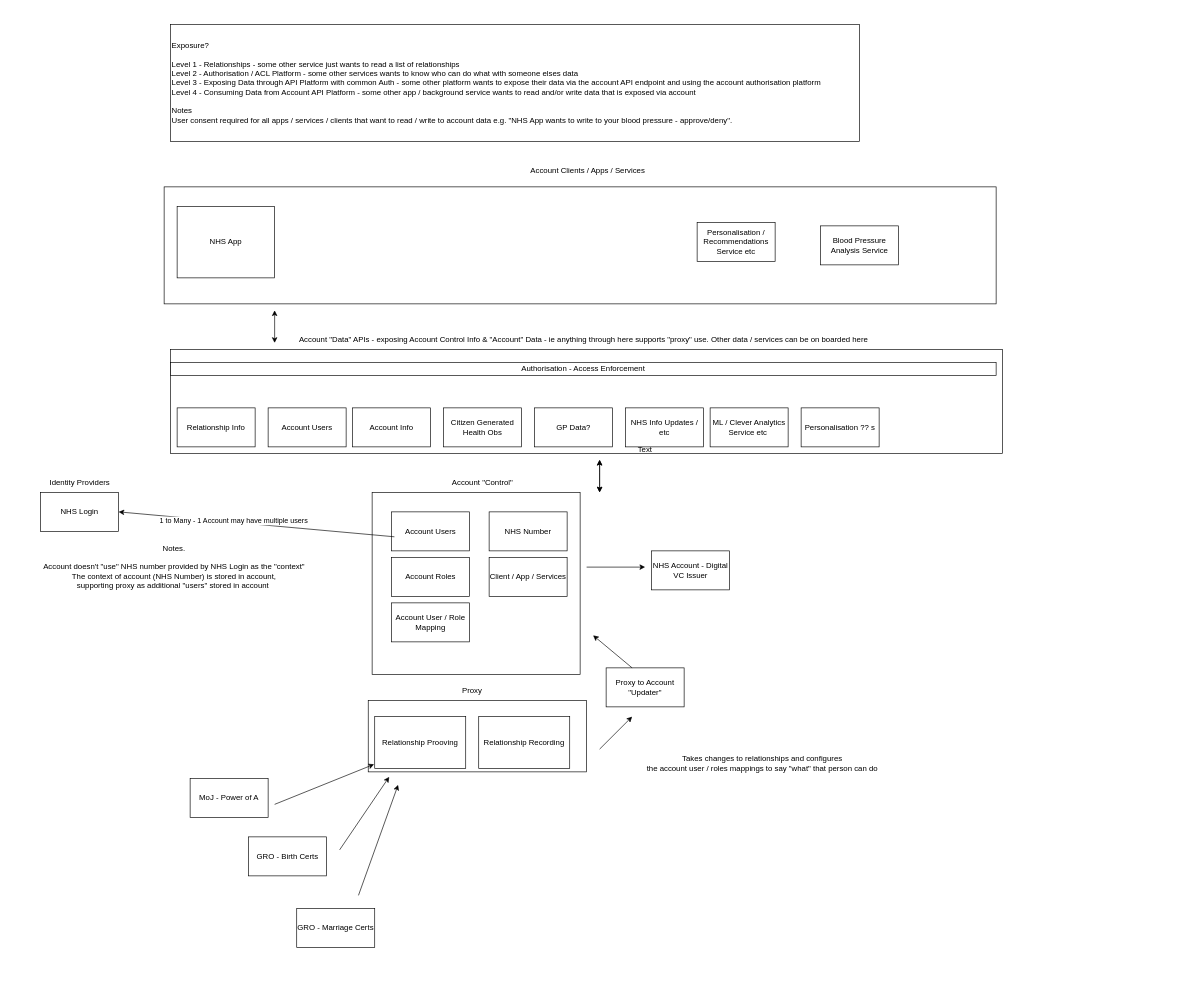
Earlier version of the draw.io diagram docs/nhs-account-v2/Proxy and Account.drawio (nhsexperience/nhs-experience). Source tidied: cells renumbered, new cells numbered last; positions are measured from the earlier drawing's top-left corner, leaving out a move shared by most shapes. Both pictures are drawn from the tidied source at 65%, with x=0, y=0 at pixel (34, 24).
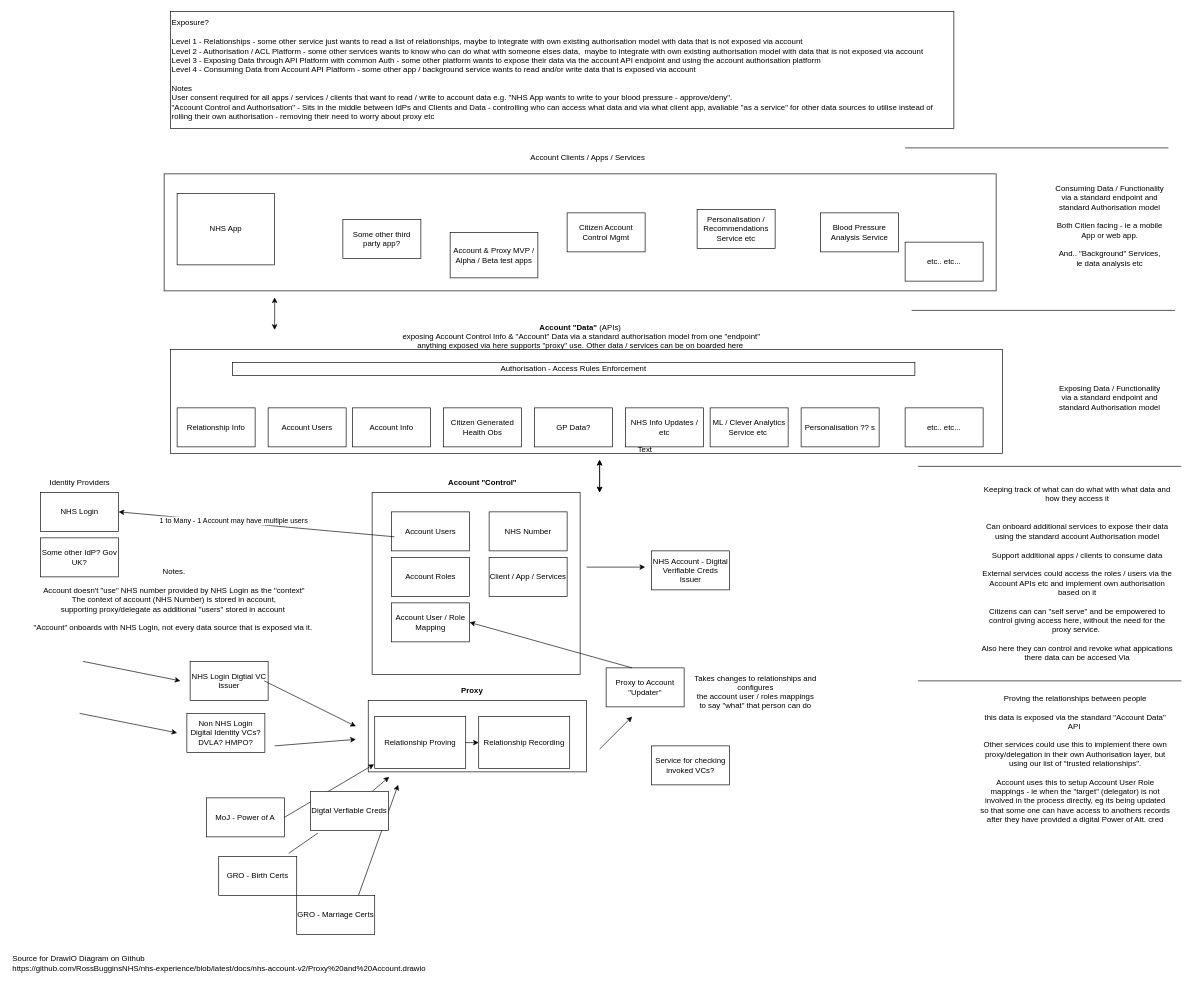
After the change.

Unchanged cells that the change refers to:
```xml
<mxCell id="5" style="rounded=0;whiteSpace=wrap;html=1;" parent="1" vertex="1">
  <mxGeometry x="514" y="1040" width="336" height="110" as="geometry" />
</mxCell>
<mxCell id="8" value="Relationship Recording" style="rounded=0;whiteSpace=wrap;html=1;" parent="1" vertex="1">
  <mxGeometry x="684" y="1065" width="140" height="80" as="geometry" />
</mxCell>
<mxCell id="11" value="Account User / Role Mapping" style="rounded=0;whiteSpace=wrap;html=1;" parent="1" vertex="1">
  <mxGeometry x="550" y="890" width="120" height="60" as="geometry" />
</mxCell>
```

What changed in the source:
```diff
@@
     <mxCell id="2" style="rounded=0;whiteSpace=wrap;html=1;" parent="1" vertex="1">
-      <mxGeometry x="200" y="250" width="1280" height="180" as="geometry" />
+      <mxGeometry x="200" y="230" width="1280" height="180" as="geometry" />
     </mxCell>
@@
-    <mxCell id="4" value="Account &quot;Data&quot; APIs - exposing Account Control Info &amp;amp; &quot;Account&quot; Data - ie anything through here supports &quot;proxy&quot; use. Other data / services can be on boarded here" style="text;html=1;align=center;verticalAlign=middle;strokeColor=none;fillColor=none;" parent="1" vertex="1">
-      <mxGeometry x="395" y="470" width="900" height="30" as="geometry" />
+    <mxCell id="4" value="&lt;b&gt;Account &quot;Data&quot;&amp;nbsp;&lt;/b&gt;(APIs)&lt;br&gt;&amp;nbsp;exposing Account Control Info &amp;amp; &quot;Account&quot; Data via a standard authorisation model from one &quot;endpoint&quot; &lt;br&gt;anything exposed via here supports &quot;proxy&quot; use. Other data / services can be on boarded here" style="text;html=1;align=center;verticalAlign=middle;strokeColor=none;fillColor=none;" parent="1" vertex="1">
+      <mxGeometry x="550" y="450" width="580" height="60" as="geometry" />
     </mxCell>
@@
-    <mxCell id="7" value="Relationship Prooving" style="rounded=0;whiteSpace=wrap;html=1;" parent="1" vertex="1">
+    <mxCell id="7" value="Relationship Proving" style="rounded=0;whiteSpace=wrap;html=1;" parent="1" vertex="1">
       <mxGeometry x="524" y="1065" width="140" height="80" as="geometry" />
     </mxCell>
@@
-    <mxCell id="14" value="Authorisation - Access Enforcement" style="rounded=0;whiteSpace=wrap;html=1;" parent="1" vertex="1">
-      <mxGeometry x="210" y="520" width="1270" height="20" as="geometry" />
+    <mxCell id="14" value="Authorisation - Access Rules Enforcement" style="rounded=0;whiteSpace=wrap;html=1;" parent="1" vertex="1">
+      <mxGeometry x="305" y="520" width="1050" height="20" as="geometry" />
     </mxCell>
@@
-    <mxCell id="21" value="Proxy" style="text;html=1;strokeColor=none;fillColor=none;align=center;verticalAlign=middle;whiteSpace=wrap;rounded=0;" parent="1" vertex="1">
+    <mxCell id="21" value="Proxy" style="text;html=1;strokeColor=none;fillColor=none;align=center;verticalAlign=middle;whiteSpace=wrap;rounded=0;fontStyle=1;" parent="1" vertex="1">
       <mxGeometry x="644" y="1010" width="60" height="30" as="geometry" />
     </mxCell>
-    <mxCell id="22" value="Account &quot;Control&quot;" style="text;html=1;strokeColor=none;fillColor=none;align=center;verticalAlign=middle;whiteSpace=wrap;rounded=0;" parent="1" vertex="1">
+    <mxCell id="22" value="Account &quot;Control&quot;" style="text;html=1;strokeColor=none;fillColor=none;align=center;verticalAlign=middle;whiteSpace=wrap;rounded=0;fontStyle=1;" parent="1" vertex="1">
       <mxGeometry x="620" y="690" width="140" height="30" as="geometry" />
     </mxCell>
-    <mxCell id="23" value="Exposure?&lt;br&gt;&lt;br&gt;Level 1 - Relationships - some other service just wants to read a list of relationships&lt;br&gt;Level 2 - Authorisation / ACL Platform - some other services wants to know who can do what with someone elses data&lt;br&gt;Level 3 - Exposing Data through API Platform with common Auth - some other platform wants to expose their data via the account API endpoint and using the account authorisation platform&lt;br&gt;Level 4 - Consuming Data from Account API Platform - some other app / background service wants to read and/or write data that is exposed via account&lt;br&gt;&lt;br&gt;Notes&lt;br&gt;User consent required for all apps / services / clients that want to read / write to account data e.g. &quot;NHS App wants to write to your blood pressure - approve/deny&quot;." style="rounded=0;whiteSpace=wrap;html=1;align=left;" parent="1" vertex="1">
-      <mxGeometry x="210" width="1060" height="180" as="geometry" />
+    <mxCell id="23" value="Exposure?&lt;br&gt;&lt;br&gt;Level 1 - Relationships - some other service just wants to read a list of relationships, maybe to integrate with own existing authorisation model with data that is not exposed via account&lt;br&gt;Level 2 - Authorisation / ACL Platform - some other services wants to know who can do what with someone elses data,&amp;nbsp;&amp;nbsp;maybe to integrate with own existing authorisation model with data that is not exposed via account&lt;br&gt;Level 3 - Exposing Data through API Platform with common Auth - some other platform wants to expose their data via the account API endpoint and using the account authorisation platform&lt;br&gt;Level 4 - Consuming Data from Account API Platform - some other app / background service wants to read and/or write data that is exposed via account&lt;br&gt;&lt;br&gt;Notes&lt;br&gt;User consent required for all apps / services / clients that want to read / write to account data e.g. &quot;NHS App wants to write to your blood pressure - approve/deny&quot;.&lt;br&gt;&quot;Account Control and Authorisation&quot; - Sits in the middle between IdPs and Clients and Data - controlling who can access what data and via what client app, avaliable &quot;as a service&quot; for other data sources to utilise instead of rolling their own authorisation - removing their need to worry about proxy etc" style="rounded=0;whiteSpace=wrap;html=1;align=left;" parent="1" vertex="1">
+      <mxGeometry x="210" y="-20" width="1205" height="180" as="geometry" />
     </mxCell>
@@
     <mxCell id="25" value="NHS App" style="rounded=0;whiteSpace=wrap;html=1;" parent="1" vertex="1">
-      <mxGeometry x="220" y="280" width="150" height="110" as="geometry" />
+      <mxGeometry x="220" y="260" width="150" height="110" as="geometry" />
     </mxCell>
     <mxCell id="26" value="Account Clients / Apps / Services" style="text;html=1;strokeColor=none;fillColor=none;align=center;verticalAlign=middle;whiteSpace=wrap;rounded=0;" parent="1" vertex="1">
-      <mxGeometry x="742.5" y="210" width="217.5" height="30" as="geometry" />
+      <mxGeometry x="742.5" y="190" width="217.5" height="30" as="geometry" />
     </mxCell>
     <mxCell id="27" value="Blood Pressure Analysis Service" style="rounded=0;whiteSpace=wrap;html=1;" parent="1" vertex="1">
-      <mxGeometry x="1210" y="310" width="120" height="60" as="geometry" />
+      <mxGeometry x="1210" y="290" width="120" height="60" as="geometry" />
     </mxCell>
     <mxCell id="28" value="Personalisation / Recommendations Service etc" style="rounded=0;whiteSpace=wrap;html=1;" parent="1" vertex="1">
-      <mxGeometry x="1020" y="305" width="120" height="60" as="geometry" />
+      <mxGeometry x="1020" y="285" width="120" height="60" as="geometry" />
     </mxCell>
@@
-    <mxCell id="36" value="Notes.&lt;br&gt;&lt;br&gt;Account doesn't &quot;use&quot; NHS number provided by NHS Login as the &quot;context&quot;&lt;br&gt;The context of account (NHS Number) is stored in account, &lt;br&gt;supporting proxy as additional &quot;users&quot; stored in account&amp;nbsp;" style="text;html=1;align=center;verticalAlign=middle;strokeColor=none;fillColor=none;" parent="1" vertex="1">
-      <mxGeometry y="790" width="430" height="90" as="geometry" />
+    <mxCell id="36" value="Notes.&lt;br&gt;&lt;br&gt;Account doesn't &quot;use&quot; NHS number provided by NHS Login as the &quot;context&quot;&lt;br&gt;The context of account (NHS Number) is stored in account, &lt;br&gt;supporting proxy/delegate as additional &quot;users&quot; stored in account&amp;nbsp;&lt;br&gt;&lt;br&gt;&quot;Account&quot; onboards with NHS Login, not every data source that is exposed via it.&amp;nbsp;" style="text;html=1;align=center;verticalAlign=middle;strokeColor=none;fillColor=none;" parent="1" vertex="1">
+      <mxGeometry x="-15" y="830" width="460" height="110" as="geometry" />
     </mxCell>
-    <mxCell id="37" value="&lt;br&gt;Takes changes to relationships and configures &lt;br&gt;the account user / roles mappings to say &quot;what&quot; that person can do" style="text;html=1;align=center;verticalAlign=middle;strokeColor=none;fillColor=none;" parent="1" vertex="1">
-      <mxGeometry x="930" y="1100" width="380" height="60" as="geometry" />
-    </mxCell>
     <mxCell id="38" value="MoJ - Power of A" style="rounded=0;whiteSpace=wrap;html=1;" parent="1" vertex="1">
-      <mxGeometry x="240" y="1160" width="120" height="60" as="geometry" />
+      <mxGeometry x="265" y="1190" width="120" height="60" as="geometry" />
     </mxCell>
     <mxCell id="39" value="GRO - Birth Certs" style="whiteSpace=wrap;html=1;" parent="1" vertex="1">
-      <mxGeometry x="330" y="1250" width="120" height="60" as="geometry" />
+      <mxGeometry x="284" y="1280" width="120" height="60" as="geometry" />
     </mxCell>
     <mxCell id="40" value="GRO - Marriage Certs" style="whiteSpace=wrap;html=1;" parent="1" vertex="1">
-      <mxGeometry x="404" y="1360" width="120" height="60" as="geometry" />
+      <mxGeometry x="404" y="1340" width="120" height="60" as="geometry" />
     </mxCell>
-    <mxCell id="41" style="endArrow=classic;html=1;rounded=0;entryX=0.096;entryY=1.07;entryDx=0;entryDy=0;entryPerimeter=0;" parent="1" edge="1" target="5">
-      <mxGeometry relative="1" as="geometry">
-        <mxPoint x="470" y="1270" as="sourcePoint" />
-      </mxGeometry>
+    <mxCell id="41" style="endArrow=classic;html=1;rounded=0;entryX=0.096;entryY=1.07;entryDx=0;entryDy=0;entryPerimeter=0;startArrow=none;" parent="1" edge="1" source="65" target="5">
+      <mxGeometry relative="1" as="geometry" />
     </mxCell>
-    <mxCell id="42" style="endArrow=classic;html=1;rounded=0;entryX=-0.007;entryY=0.917;entryDx=0;entryDy=0;entryPerimeter=0;" parent="1" edge="1" target="7">
-      <mxGeometry relative="1" as="geometry">
-        <mxPoint x="370" y="1200" as="sourcePoint" />
-      </mxGeometry>
+    <mxCell id="42" style="endArrow=classic;html=1;rounded=0;entryX=-0.007;entryY=0.917;entryDx=0;entryDy=0;entryPerimeter=0;exitX=1;exitY=0.5;exitDx=0;exitDy=0;" parent="1" edge="1" source="38" target="7">
+      <mxGeometry relative="1" as="geometry" />
     </mxCell>
@@
-    <mxCell id="45" style="endArrow=classic;html=1;rounded=0;" parent="1" edge="1">
+    <mxCell id="45" style="endArrow=classic;html=1;rounded=0;entryX=1;entryY=0.5;entryDx=0;entryDy=0;" parent="1" edge="1" target="11">
       <mxGeometry relative="1" as="geometry">
         <mxPoint x="920" y="990" as="sourcePoint" />
-        <mxPoint x="860" y="940" as="targetPoint" />
       </mxGeometry>
     </mxCell>
@@
     <mxCell id="48" style="endArrow=classic;startArrow=classic;html=1;rounded=0;" parent="1" edge="1">
       <mxGeometry relative="1" as="geometry">
-        <mxPoint x="370" y="490" as="sourcePoint" />
-        <mxPoint x="370" y="440" as="targetPoint" />
+        <mxPoint x="370" y="470" as="sourcePoint" />
+        <mxPoint x="370" y="420" as="targetPoint" />
       </mxGeometry>
     </mxCell>
-    <mxCell id="49" value="NHS Account - Digital VC Issuer" style="rounded=0;whiteSpace=wrap;html=1;" parent="1" vertex="1">
+    <mxCell id="49" value="NHS Account - Digital Verifiable Creds Issuer" style="rounded=0;whiteSpace=wrap;html=1;" parent="1" vertex="1">
       <mxGeometry x="950" y="810" width="120" height="60" as="geometry" />
     </mxCell>
@@
+    <mxCell id="51" value="Proving the relationships between people&lt;br&gt;&lt;br&gt;this data is exposed via the standard &quot;Account Data&quot; API&amp;nbsp;&lt;br&gt;&lt;br&gt;Other services could use this to implement there own proxy/delegation in their own Authorisation layer, but using our list of &quot;trusted relationships&quot;.&lt;br&gt;&lt;br&gt;Account uses this to setup Account User Role mappings - ie when the &quot;target&quot; (delegator) is not involved in the process directly, eg its being updated so that some one can have access to anothers records after they have provided a digital Power of Att. cred" style="text;html=1;strokeColor=none;fillColor=none;align=center;verticalAlign=middle;whiteSpace=wrap;rounded=0;" parent="1" vertex="1">
+      <mxGeometry x="1455" y="1050" width="294" height="160" as="geometry" />
+    </mxCell>
+    <mxCell id="52" value="Keeping track of what can do what with what data and how they access it&lt;br&gt;&lt;br&gt;&lt;br&gt;Can onboard additional services to expose their data using the standard account Authorisation model&lt;br&gt;&lt;br&gt;Support additional apps / clients to consume data&lt;br&gt;&lt;br&gt;External services could access the roles / users via the Account APIs etc and implement own authorisation based on it&lt;br&gt;&lt;br&gt;Citizens can can &quot;self serve&quot; and be empowered to control giving access here, without the need for the proxy service.&amp;nbsp;&lt;br&gt;&lt;br&gt;Also here they can control and revoke what appications there data can be accesed Via" style="text;html=1;strokeColor=none;fillColor=none;align=center;verticalAlign=middle;whiteSpace=wrap;rounded=0;" parent="1" vertex="1">
+      <mxGeometry x="1455" y="720" width="300" height="250" as="geometry" />
+    </mxCell>
+    <mxCell id="53" value="Consuming Data / Functionality via a standard endpoint and standard Authorisation model&lt;br&gt;&lt;br&gt;Both Citien facing - ie a mobile App or web app.&lt;br&gt;&lt;br&gt;And.. &quot;Background&quot; Services, ie data analysis etc" style="text;html=1;strokeColor=none;fillColor=none;align=center;verticalAlign=middle;whiteSpace=wrap;rounded=0;" parent="1" vertex="1">
+      <mxGeometry x="1570" y="230" width="170" height="160" as="geometry" />
+    </mxCell>
+    <mxCell id="54" value="Exposing Data / Functionality via a standard endpoint and standard Authorisation model" style="text;html=1;strokeColor=none;fillColor=none;align=center;verticalAlign=middle;whiteSpace=wrap;rounded=0;" parent="1" vertex="1">
+      <mxGeometry x="1570" y="560" width="170" height="30" as="geometry" />
+    </mxCell>
+    <mxCell id="55" value="etc.. etc..." style="whiteSpace=wrap;html=1;" parent="1" vertex="1">
+      <mxGeometry x="1340" y="335" width="120" height="60" as="geometry" />
+    </mxCell>
+    <mxCell id="56" value="Some other third party app?" style="whiteSpace=wrap;html=1;" parent="1" vertex="1">
+      <mxGeometry x="475" y="300" width="120" height="60" as="geometry" />
+    </mxCell>
+    <mxCell id="57" value="Some other IdP? Gov UK?" style="rounded=0;whiteSpace=wrap;html=1;" parent="1" vertex="1">
+      <mxGeometry x="10" y="790" width="120" height="60" as="geometry" />
+    </mxCell>
+    <mxCell id="58" style="endArrow=none;html=1;rounded=0;" parent="1" edge="1">
+      <mxGeometry relative="1" as="geometry">
+        <mxPoint x="1360" y="680" as="sourcePoint" />
+        <mxPoint x="1765" y="680" as="targetPoint" />
+      </mxGeometry>
+    </mxCell>
+    <mxCell id="59" style="endArrow=none;html=1;rounded=0;" parent="1" edge="1">
+      <mxGeometry relative="1" as="geometry">
+        <mxPoint x="1360" y="1010" as="sourcePoint" />
+        <mxPoint x="1765" y="1010" as="targetPoint" />
+      </mxGeometry>
+    </mxCell>
+    <mxCell id="60" style="endArrow=none;html=1;rounded=0;" parent="1" edge="1">
+      <mxGeometry relative="1" as="geometry">
+        <mxPoint x="1350" y="440" as="sourcePoint" />
+        <mxPoint x="1755" y="440" as="targetPoint" />
+      </mxGeometry>
+    </mxCell>
+    <mxCell id="61" style="endArrow=none;html=1;rounded=0;" parent="1" edge="1">
+      <mxGeometry relative="1" as="geometry">
+        <mxPoint x="1340" y="190" as="sourcePoint" />
+        <mxPoint x="1745" y="190" as="targetPoint" />
+      </mxGeometry>
+    </mxCell>
+    <mxCell id="62" value="Source for DrawIO Diagram on Github&lt;br&gt;https://github.com/RossBugginsNHS/nhs-experience/blob/latest/docs/nhs-account-v2/Proxy%20and%20Account.drawio" style="text;html=1;strokeColor=none;fillColor=none;align=left;verticalAlign=middle;whiteSpace=wrap;rounded=0;" parent="1" vertex="1">
+      <mxGeometry x="-35" y="1430" width="815" height="30" as="geometry" />
+    </mxCell>
+    <mxCell id="63" value="Account &amp;amp; Proxy MVP / Alpha / Beta test apps" style="rounded=0;whiteSpace=wrap;html=1;" parent="1" vertex="1">
+      <mxGeometry x="640" y="320" width="135" height="70" as="geometry" />
+    </mxCell>
+    <mxCell id="64" value="etc.. etc..." style="whiteSpace=wrap;html=1;" parent="1" vertex="1">
+      <mxGeometry x="1340" y="590" width="120" height="60" as="geometry" />
+    </mxCell>
+    <mxCell id="65" value="Digtal Verfiable Creds" style="rounded=0;whiteSpace=wrap;html=1;" parent="1" vertex="1">
+      <mxGeometry x="425" y="1180" width="120" height="60" as="geometry" />
+    </mxCell>
+    <mxCell id="66" style="endArrow=none;html=1;rounded=0;entryX=0.096;entryY=1.07;entryDx=0;entryDy=0;entryPerimeter=0;exitX=0.897;exitY=-0.078;exitDx=0;exitDy=0;exitPerimeter=0;" parent="1" edge="1" source="39" target="65">
+      <mxGeometry relative="1" as="geometry" />
+    </mxCell>
+    <mxCell id="67" value="Non NHS Login Digital Identity VCs? DVLA? HMPO?" style="rounded=0;whiteSpace=wrap;html=1;" parent="1" vertex="1">
+      <mxGeometry x="235" y="1060" width="120" height="60" as="geometry" />
+    </mxCell>
+    <mxCell id="68" value="NHS Login Digtial VC Issuer" style="rounded=0;whiteSpace=wrap;html=1;" parent="1" vertex="1">
+      <mxGeometry x="240" y="980" width="120" height="60" as="geometry" />
+    </mxCell>
+    <mxCell id="69" style="endArrow=classic;html=1;rounded=0;" parent="1" edge="1">
+      <mxGeometry relative="1" as="geometry">
+        <mxPoint x="354" y="1010" as="sourcePoint" />
+        <mxPoint x="495" y="1080" as="targetPoint" />
+      </mxGeometry>
+    </mxCell>
+    <mxCell id="70" style="endArrow=classic;html=1;rounded=0;" parent="1" edge="1">
+      <mxGeometry relative="1" as="geometry">
+        <mxPoint x="370" y="1110" as="sourcePoint" />
+        <mxPoint x="495" y="1100" as="targetPoint" />
+      </mxGeometry>
+    </mxCell>
+    <mxCell id="71" style="endArrow=classic;html=1;rounded=0;" parent="1" edge="1">
+      <mxGeometry relative="1" as="geometry">
+        <mxPoint x="75" y="980" as="sourcePoint" />
+        <mxPoint x="225" y="1010" as="targetPoint" />
+      </mxGeometry>
+    </mxCell>
+    <mxCell id="72" style="endArrow=classic;html=1;rounded=0;" parent="1" edge="1">
+      <mxGeometry relative="1" as="geometry">
+        <mxPoint x="70" y="1060" as="sourcePoint" />
+        <mxPoint x="220" y="1090" as="targetPoint" />
+      </mxGeometry>
+    </mxCell>
+    <mxCell id="37" value="&lt;br style=&quot;&quot;&gt;&lt;span style=&quot;&quot;&gt;Takes changes to relationships and configures&lt;/span&gt;&lt;br style=&quot;&quot;&gt;&lt;span style=&quot;&quot;&gt;the account user / roles mappings to say &quot;what&quot; that person can do&lt;/span&gt;" style="text;html=1;strokeColor=none;fillColor=none;align=center;verticalAlign=middle;whiteSpace=wrap;rounded=0;" parent="1" vertex="1">
+      <mxGeometry x="1015" y="1005" width="190" height="30" as="geometry" />
+    </mxCell>
+    <mxCell id="73" style="endArrow=classic;html=1;rounded=0;exitX=1;exitY=0.5;exitDx=0;exitDy=0;entryX=0;entryY=0.5;entryDx=0;entryDy=0;" parent="1" edge="1" source="7" target="8">
+      <mxGeometry relative="1" as="geometry" />
+    </mxCell>
+    <mxCell id="74" value="Service for checking invoked VCs?" style="whiteSpace=wrap;html=1;" parent="1" vertex="1">
+      <mxGeometry x="950" y="1110" width="120" height="60" as="geometry" />
+    </mxCell>
+    <mxCell id="75" value="Citizen Account Control Mgmt" style="rounded=0;whiteSpace=wrap;html=1;" parent="1" vertex="1">
+      <mxGeometry x="820" y="290" width="120" height="60" as="geometry" />
+    </mxCell>
```
